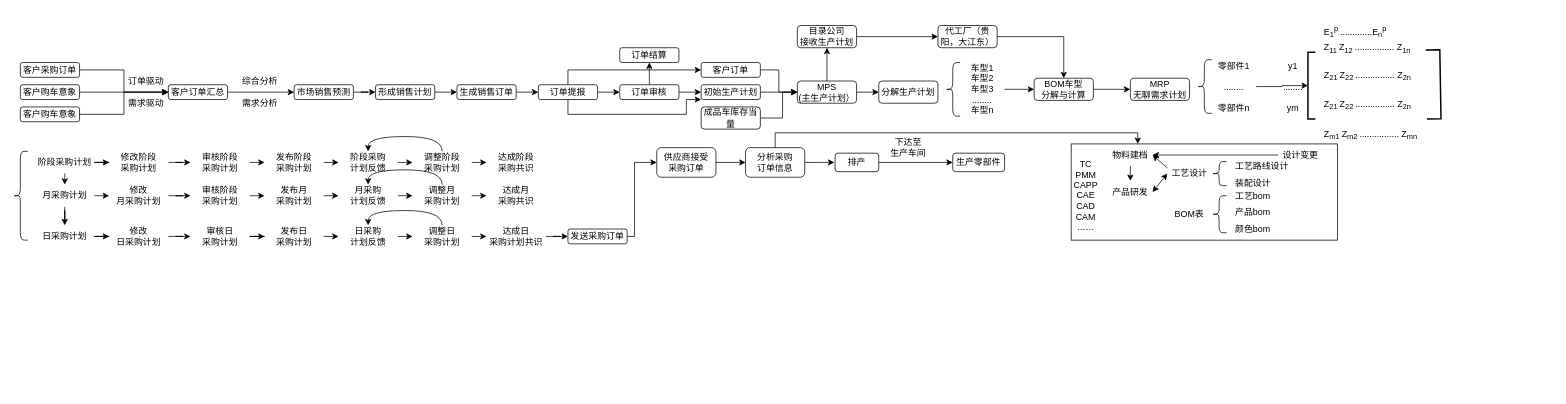
Earlier version of the draw.io diagram mes+erp.drawio (yudar1024/drawio). Source tidied: cells renumbered, new cells numbered last; positions are measured from the earlier drawing's top-left corner, leaving out a move shared by most shapes. Both pictures are drawn from the tidied source at 74%, with x=0, y=0 at pixel (13, 13).
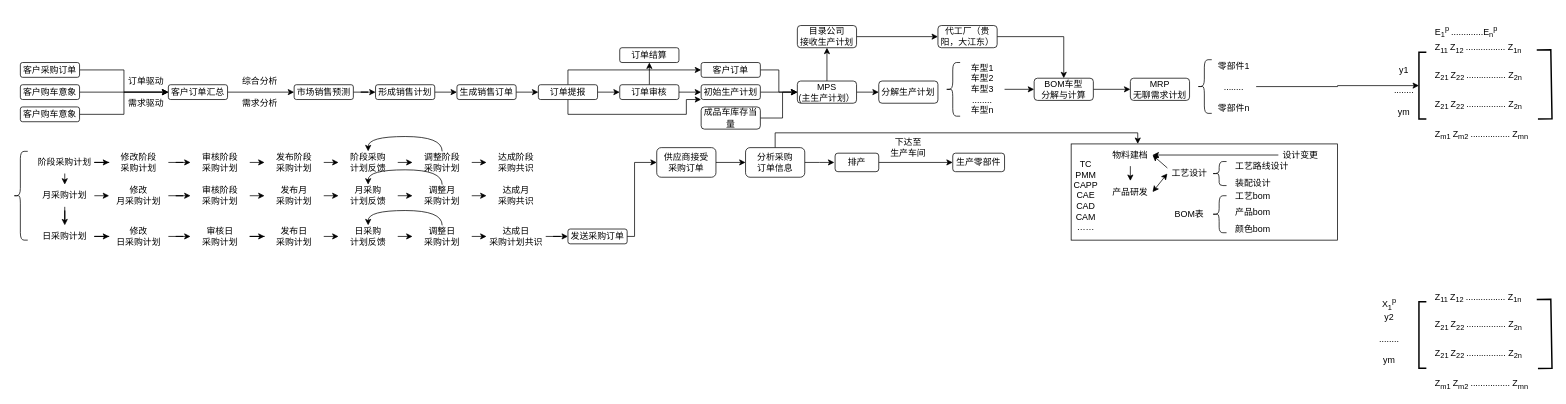
Above is the later version.

What changed in the source:
```diff
@@
     <mxCell id="55" style="strokeWidth=2;html=1;shape=mxgraph.flowchart.annotation_1;align=left;" parent="1" vertex="1">
-      <mxGeometry x="1750" y="53.2" width="10" height="90" as="geometry" />
+      <mxGeometry x="1900" y="53.2" width="10" height="90" as="geometry" />
     </mxCell>
     <mxCell id="56" value="y1&lt;br&gt;&lt;br&gt;........&lt;br&gt;&lt;br&gt;ym" style="text;html=1;strokeColor=none;fillColor=none;align=center;verticalAlign=middle;whiteSpace=wrap;rounded=0;" parent="1" vertex="1">
-      <mxGeometry x="1700" y="59.5" width="60" height="80" as="geometry" />
+      <mxGeometry x="1860" y="65.1" width="40" height="80" as="geometry" />
     </mxCell>
     <mxCell id="57" value="&lt;p style=&quot;margin: 0cm; font-family: DengXian;&quot; class=&quot;MsoNormal&quot;&gt;&lt;font style=&quot;font-size: 12px;&quot;&gt;&lt;span style=&quot;&quot; lang=&quot;EN-US&quot;&gt;E&lt;sub&gt;1&lt;/sub&gt;&lt;/span&gt;&lt;span style=&quot;&quot; lang=&quot;EN-US&quot;&gt;&lt;sup&gt;p &lt;/sup&gt;.............E&lt;sub&gt;n&lt;/sub&gt;&lt;sup&gt;p&lt;/sup&gt;&lt;/span&gt;&lt;/font&gt;&lt;span style=&quot;font-size: 12pt; font-size: 12pt;&quot; lang=&quot;EN-US&quot;&gt;&lt;/span&gt;&lt;/p&gt;" style="text;html=1;strokeColor=none;fillColor=none;align=left;verticalAlign=middle;whiteSpace=wrap;rounded=0;" parent="1" vertex="1">
-      <mxGeometry x="1770" width="90" height="50" as="geometry" />
+      <mxGeometry x="1920" width="90" height="50" as="geometry" />
     </mxCell>
     <mxCell id="58" value="&lt;p style=&quot;margin: 0cm; font-family: DengXian;&quot; class=&quot;MsoNormal&quot;&gt;&lt;font style=&quot;font-size: 12px;&quot;&gt;&lt;span style=&quot;&quot; lang=&quot;EN-US&quot;&gt;Z&lt;sub&gt;11&lt;/sub&gt;&lt;/span&gt;&lt;span style=&quot;&quot; lang=&quot;EN-US&quot;&gt;&lt;sup&gt;&amp;nbsp;&lt;/sup&gt;&lt;/span&gt;&lt;/font&gt;&lt;span style=&quot;background-color: initial;&quot;&gt;Z&lt;sub&gt;12 &lt;/sub&gt;................ Z&lt;sub&gt;1n&lt;/sub&gt;&lt;/span&gt;&lt;/p&gt;&lt;p style=&quot;margin: 0cm; font-family: DengXian;&quot; class=&quot;MsoNormal&quot;&gt;&lt;span style=&quot;background-color: initial;&quot;&gt;&lt;sub&gt;&lt;br&gt;&lt;/sub&gt;&lt;/span&gt;&lt;/p&gt;&lt;p style=&quot;margin: 0cm; font-family: DengXian;&quot; class=&quot;MsoNormal&quot;&gt;&lt;font style=&quot;border-color: var(--border-color);&quot;&gt;&lt;span style=&quot;border-color: var(--border-color);&quot; lang=&quot;EN-US&quot;&gt;Z&lt;sub style=&quot;border-color: var(--border-color);&quot;&gt;21&lt;/sub&gt;&lt;/span&gt;&lt;span style=&quot;border-color: var(--border-color);&quot; lang=&quot;EN-US&quot;&gt;&lt;sup style=&quot;border-color: var(--border-color);&quot;&gt;&amp;nbsp;&lt;/sup&gt;&lt;/span&gt;&lt;/font&gt;&lt;span style=&quot;border-color: var(--border-color); background-color: initial;&quot;&gt;Z&lt;sub style=&quot;border-color: var(--border-color);&quot;&gt;22&amp;nbsp;&lt;/sub&gt;................ Z&lt;sub style=&quot;border-color: var(--border-color);&quot;&gt;2n&lt;/sub&gt;&lt;/span&gt;&lt;/p&gt;&lt;p style=&quot;margin: 0cm; font-family: DengXian;&quot; class=&quot;MsoNormal&quot;&gt;&lt;span style=&quot;border-color: var(--border-color); background-color: initial;&quot;&gt;&lt;sub style=&quot;border-color: var(--border-color);&quot;&gt;&lt;br&gt;&lt;/sub&gt;&lt;/span&gt;&lt;/p&gt;&lt;p style=&quot;margin: 0cm; font-family: DengXian;&quot; class=&quot;MsoNormal&quot;&gt;&lt;span style=&quot;border-color: var(--border-color); background-color: initial;&quot;&gt;&lt;sub style=&quot;border-color: var(--border-color);&quot;&gt;&lt;font style=&quot;border-color: var(--border-color); font-size: 12px;&quot;&gt;&lt;span style=&quot;border-color: var(--border-color);&quot; lang=&quot;EN-US&quot;&gt;Z&lt;sub style=&quot;border-color: var(--border-color);&quot;&gt;21&lt;/sub&gt;&lt;/span&gt;&lt;span style=&quot;border-color: var(--border-color);&quot; lang=&quot;EN-US&quot;&gt;&lt;sup style=&quot;border-color: var(--border-color);&quot;&gt;&amp;nbsp;&lt;/sup&gt;&lt;/span&gt;&lt;/font&gt;&lt;span style=&quot;border-color: var(--border-color); font-size: 12px; background-color: initial;&quot;&gt;Z&lt;sub style=&quot;border-color: var(--border-color);&quot;&gt;22&amp;nbsp;&lt;/sub&gt;................ Z&lt;sub style=&quot;border-color: var(--border-color);&quot;&gt;2n&lt;/sub&gt;&lt;/span&gt;&lt;br&gt;&lt;/sub&gt;&lt;/span&gt;&lt;/p&gt;&lt;p style=&quot;margin: 0cm; font-family: DengXian;&quot; class=&quot;MsoNormal&quot;&gt;&lt;span style=&quot;border-color: var(--border-color); background-color: initial;&quot;&gt;&lt;sub style=&quot;border-color: var(--border-color);&quot;&gt;&lt;span style=&quot;border-color: var(--border-color); font-size: 12px; background-color: initial;&quot;&gt;&lt;sub style=&quot;border-color: var(--border-color);&quot;&gt;&lt;br&gt;&lt;/sub&gt;&lt;/span&gt;&lt;/sub&gt;&lt;/span&gt;&lt;/p&gt;&lt;p style=&quot;margin: 0cm; font-family: DengXian;&quot; class=&quot;MsoNormal&quot;&gt;&lt;span style=&quot;border-color: var(--border-color); background-color: initial;&quot;&gt;&lt;span style=&quot;border-color: var(--border-color);&quot;&gt;&lt;span style=&quot;border-color: var(--border-color); font-size: 12px; background-color: initial;&quot;&gt;&lt;span style=&quot;border-color: var(--border-color);&quot;&gt;&lt;/span&gt;&lt;/span&gt;&lt;/span&gt;&lt;/span&gt;&lt;/p&gt;&lt;p style=&quot;border-color: var(--border-color); margin: 0cm; font-family: DengXian;&quot; class=&quot;MsoNormal&quot;&gt;&lt;span style=&quot;border-color: var(--border-color); background-color: initial;&quot;&gt;&lt;sub style=&quot;border-color: var(--border-color);&quot;&gt;&lt;font style=&quot;border-color: var(--border-color); font-size: 12px;&quot;&gt;&lt;span style=&quot;border-color: var(--border-color);&quot; lang=&quot;EN-US&quot;&gt;Z&lt;sub style=&quot;border-color: var(--border-color);&quot;&gt;m1&lt;/sub&gt;&lt;/span&gt;&lt;span style=&quot;border-color: var(--border-color);&quot; lang=&quot;EN-US&quot;&gt;&lt;sup style=&quot;border-color: var(--border-color);&quot;&gt;&amp;nbsp;&lt;/sup&gt;&lt;/span&gt;&lt;/font&gt;&lt;span style=&quot;border-color: var(--border-color); font-size: 12px; background-color: initial;&quot;&gt;Z&lt;sub style=&quot;border-color: var(--border-color);&quot;&gt;m2&amp;nbsp;&lt;/sub&gt;................ Z&lt;sub style=&quot;border-color: var(--border-color);&quot;&gt;mn&lt;/sub&gt;&lt;/span&gt;&lt;/sub&gt;&lt;/span&gt;&lt;/p&gt;" style="text;html=1;strokeColor=none;fillColor=none;align=left;verticalAlign=middle;whiteSpace=wrap;rounded=0;" parent="1" vertex="1">
-      <mxGeometry x="1770" y="63.2" width="150" height="83.8" as="geometry" />
+      <mxGeometry x="1920" y="63.2" width="150" height="83.8" as="geometry" />
     </mxCell>
     <mxCell id="59" style="strokeWidth=2;html=1;shape=mxgraph.flowchart.annotation_1;align=left;rotation=-181;" parent="1" vertex="1">
-      <mxGeometry x="1910" y="50" width="19" height="93.2" as="geometry" />
+      <mxGeometry x="2060" y="50" width="19" height="93.2" as="geometry" />
     </mxCell>
@@
+    <mxCell id="135" style="strokeWidth=2;html=1;shape=mxgraph.flowchart.annotation_1;align=left;" parent="1" vertex="1">
+      <mxGeometry x="1900" y="390.2" width="10" height="90" as="geometry" />
+    </mxCell>
+    <mxCell id="136" value="&lt;p style=&quot;margin: 0cm; font-family: DengXian;&quot; class=&quot;MsoNormal&quot;&gt;&lt;font style=&quot;font-size: 12px;&quot;&gt;&lt;span style=&quot;&quot; lang=&quot;EN-US&quot;&gt;Z&lt;sub&gt;11&lt;/sub&gt;&lt;/span&gt;&lt;span style=&quot;&quot; lang=&quot;EN-US&quot;&gt;&lt;sup&gt;&amp;nbsp;&lt;/sup&gt;&lt;/span&gt;&lt;/font&gt;&lt;span style=&quot;background-color: initial;&quot;&gt;Z&lt;sub&gt;12 &lt;/sub&gt;................ Z&lt;sub&gt;1n&lt;/sub&gt;&lt;/span&gt;&lt;/p&gt;&lt;p style=&quot;margin: 0cm; font-family: DengXian;&quot; class=&quot;MsoNormal&quot;&gt;&lt;span style=&quot;background-color: initial;&quot;&gt;&lt;sub&gt;&lt;br&gt;&lt;/sub&gt;&lt;/span&gt;&lt;/p&gt;&lt;p style=&quot;margin: 0cm; font-family: DengXian;&quot; class=&quot;MsoNormal&quot;&gt;&lt;font style=&quot;border-color: var(--border-color);&quot;&gt;&lt;span style=&quot;border-color: var(--border-color);&quot; lang=&quot;EN-US&quot;&gt;Z&lt;sub style=&quot;border-color: var(--border-color);&quot;&gt;21&lt;/sub&gt;&lt;/span&gt;&lt;span style=&quot;border-color: var(--border-color);&quot; lang=&quot;EN-US&quot;&gt;&lt;sup style=&quot;border-color: var(--border-color);&quot;&gt;&amp;nbsp;&lt;/sup&gt;&lt;/span&gt;&lt;/font&gt;&lt;span style=&quot;border-color: var(--border-color); background-color: initial;&quot;&gt;Z&lt;sub style=&quot;border-color: var(--border-color);&quot;&gt;22&amp;nbsp;&lt;/sub&gt;................ Z&lt;sub style=&quot;border-color: var(--border-color);&quot;&gt;2n&lt;/sub&gt;&lt;/span&gt;&lt;/p&gt;&lt;p style=&quot;margin: 0cm; font-family: DengXian;&quot; class=&quot;MsoNormal&quot;&gt;&lt;span style=&quot;border-color: var(--border-color); background-color: initial;&quot;&gt;&lt;sub style=&quot;border-color: var(--border-color);&quot;&gt;&lt;br&gt;&lt;/sub&gt;&lt;/span&gt;&lt;/p&gt;&lt;p style=&quot;margin: 0cm; font-family: DengXian;&quot; class=&quot;MsoNormal&quot;&gt;&lt;span style=&quot;border-color: var(--border-color); background-color: initial;&quot;&gt;&lt;sub style=&quot;border-color: var(--border-color);&quot;&gt;&lt;font style=&quot;border-color: var(--border-color); font-size: 12px;&quot;&gt;&lt;span style=&quot;border-color: var(--border-color);&quot; lang=&quot;EN-US&quot;&gt;Z&lt;sub style=&quot;border-color: var(--border-color);&quot;&gt;21&lt;/sub&gt;&lt;/span&gt;&lt;span style=&quot;border-color: var(--border-color);&quot; lang=&quot;EN-US&quot;&gt;&lt;sup style=&quot;border-color: var(--border-color);&quot;&gt;&amp;nbsp;&lt;/sup&gt;&lt;/span&gt;&lt;/font&gt;&lt;span style=&quot;border-color: var(--border-color); font-size: 12px; background-color: initial;&quot;&gt;Z&lt;sub style=&quot;border-color: var(--border-color);&quot;&gt;22&amp;nbsp;&lt;/sub&gt;................ Z&lt;sub style=&quot;border-color: var(--border-color);&quot;&gt;2n&lt;/sub&gt;&lt;/span&gt;&lt;br&gt;&lt;/sub&gt;&lt;/span&gt;&lt;/p&gt;&lt;p style=&quot;margin: 0cm; font-family: DengXian;&quot; class=&quot;MsoNormal&quot;&gt;&lt;span style=&quot;border-color: var(--border-color); background-color: initial;&quot;&gt;&lt;sub style=&quot;border-color: var(--border-color);&quot;&gt;&lt;span style=&quot;border-color: var(--border-color); font-size: 12px; background-color: initial;&quot;&gt;&lt;sub style=&quot;border-color: var(--border-color);&quot;&gt;&lt;br&gt;&lt;/sub&gt;&lt;/span&gt;&lt;/sub&gt;&lt;/span&gt;&lt;/p&gt;&lt;p style=&quot;margin: 0cm; font-family: DengXian;&quot; class=&quot;MsoNormal&quot;&gt;&lt;span style=&quot;border-color: var(--border-color); background-color: initial;&quot;&gt;&lt;span style=&quot;border-color: var(--border-color);&quot;&gt;&lt;span style=&quot;border-color: var(--border-color); font-size: 12px; background-color: initial;&quot;&gt;&lt;span style=&quot;border-color: var(--border-color);&quot;&gt;&lt;/span&gt;&lt;/span&gt;&lt;/span&gt;&lt;/span&gt;&lt;/p&gt;&lt;p style=&quot;border-color: var(--border-color); margin: 0cm; font-family: DengXian;&quot; class=&quot;MsoNormal&quot;&gt;&lt;span style=&quot;border-color: var(--border-color); background-color: initial;&quot;&gt;&lt;sub style=&quot;border-color: var(--border-color);&quot;&gt;&lt;font style=&quot;border-color: var(--border-color); font-size: 12px;&quot;&gt;&lt;span style=&quot;border-color: var(--border-color);&quot; lang=&quot;EN-US&quot;&gt;Z&lt;sub style=&quot;border-color: var(--border-color);&quot;&gt;m1&lt;/sub&gt;&lt;/span&gt;&lt;span style=&quot;border-color: var(--border-color);&quot; lang=&quot;EN-US&quot;&gt;&lt;sup style=&quot;border-color: var(--border-color);&quot;&gt;&amp;nbsp;&lt;/sup&gt;&lt;/span&gt;&lt;/font&gt;&lt;span style=&quot;border-color: var(--border-color); font-size: 12px; background-color: initial;&quot;&gt;Z&lt;sub style=&quot;border-color: var(--border-color);&quot;&gt;m2&amp;nbsp;&lt;/sub&gt;................ Z&lt;sub style=&quot;border-color: var(--border-color);&quot;&gt;mn&lt;/sub&gt;&lt;/span&gt;&lt;/sub&gt;&lt;/span&gt;&lt;/p&gt;" style="text;html=1;strokeColor=none;fillColor=none;align=left;verticalAlign=middle;whiteSpace=wrap;rounded=0;" parent="1" vertex="1">
+      <mxGeometry x="1920" y="400.2" width="150" height="83.8" as="geometry" />
+    </mxCell>
+    <mxCell id="137" style="strokeWidth=2;html=1;shape=mxgraph.flowchart.annotation_1;align=left;rotation=-181;" parent="1" vertex="1">
+      <mxGeometry x="2060" y="387" width="19" height="93.2" as="geometry" />
+    </mxCell>
+    <mxCell id="138" value="X&lt;sub&gt;1&lt;/sub&gt;&lt;sup&gt;p&lt;/sup&gt;&lt;br&gt;y2&lt;br&gt;&lt;br&gt;........&lt;br&gt;&lt;br&gt;ym" style="text;html=1;strokeColor=none;fillColor=none;align=center;verticalAlign=middle;whiteSpace=wrap;rounded=0;" parent="1" vertex="1">
+      <mxGeometry x="1840" y="390.2" width="40" height="80" as="geometry" />
+    </mxCell>
```
